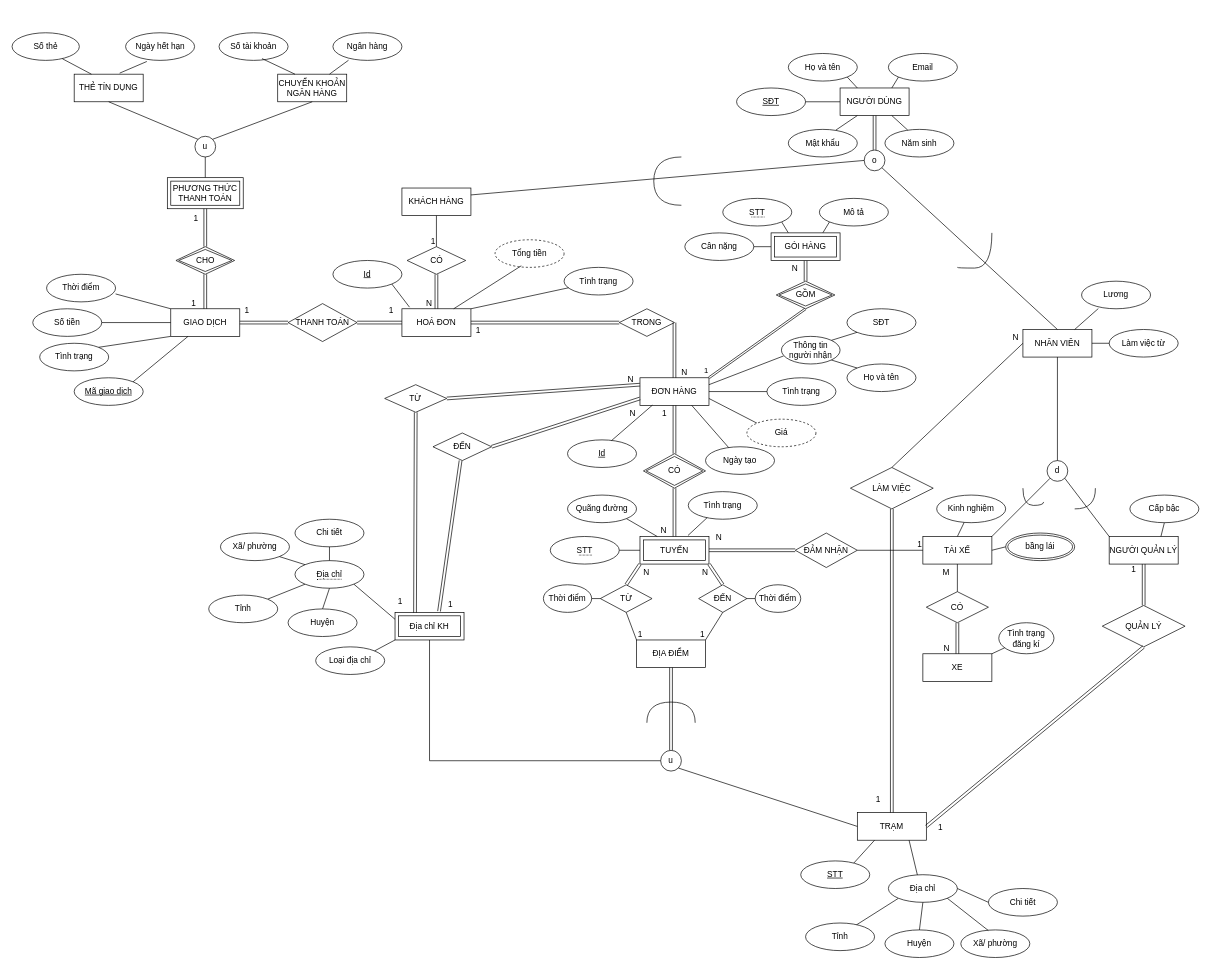
Above: db-assignment.drawio in blueonline07/auth-demo (draw.io), before the change. Source tidied: cells renumbered, new cells numbered last; positions are measured from the earlier drawing's top-left corner, leaving out a move shared by most shapes. Both pictures are drawn from the tidied source at 69%, with x=0, y=0 at pixel (12, 32).
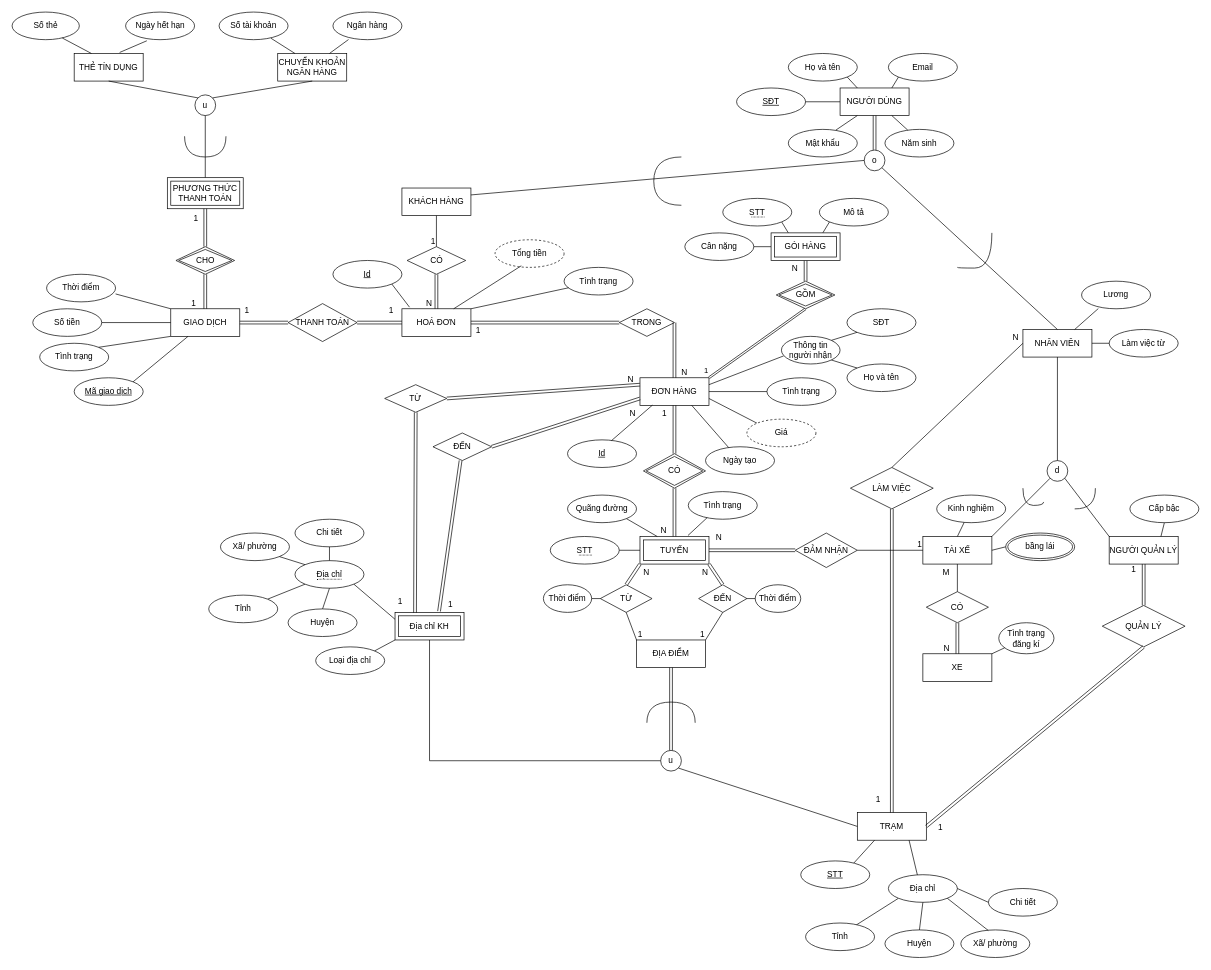
The same page after the edit.

Commit message (it also covers changes not shown here):
Cập nhật db-assignment.drawio

What changed in the source:
```diff
@@
     <mxCell id="158" value="u" style="ellipse;whiteSpace=wrap;html=1;" parent="1" vertex="1">
-      <mxGeometry x="265" y="150" width="30" height="30" as="geometry" />
+      <mxGeometry x="265" y="90" width="30" height="30" as="geometry" />
     </mxCell>
     <mxCell id="159" value="THẺ TÍN DỤNG" style="whiteSpace=wrap;html=1;align=center;" parent="1" vertex="1">
-      <mxGeometry x="90" y="60" width="100" height="40" as="geometry" />
+      <mxGeometry x="90" y="30" width="100" height="40" as="geometry" />
     </mxCell>
     <mxCell id="160" value="CHUYỂN KHOẢN NGÂN HÀNG" style="whiteSpace=wrap;html=1;align=center;" parent="1" vertex="1">
-      <mxGeometry x="385" y="60" width="100" height="40" as="geometry" />
+      <mxGeometry x="385" y="30" width="100" height="40" as="geometry" />
     </mxCell>
@@
     <mxCell id="170" value="Số thẻ" style="ellipse;whiteSpace=wrap;html=1;align=center;" parent="1" vertex="1">
-      <mxGeometry width="97.5" height="40" as="geometry" />
+      <mxGeometry y="-30" width="97.5" height="40" as="geometry" />
     </mxCell>
@@
     <mxCell id="199" value="Số tài khoản" style="ellipse;whiteSpace=wrap;html=1;align=center;" parent="1" vertex="1">
-      <mxGeometry x="300" width="100" height="40" as="geometry" />
+      <mxGeometry x="300" y="-30" width="100" height="40" as="geometry" />
     </mxCell>
     <mxCell id="200" value="Ngân hàng" style="ellipse;whiteSpace=wrap;html=1;align=center;" parent="1" vertex="1">
-      <mxGeometry x="465" width="100" height="40" as="geometry" />
+      <mxGeometry x="465" y="-30" width="100" height="40" as="geometry" />
     </mxCell>
     <mxCell id="201" value="Ngày hết hạn" style="ellipse;whiteSpace=wrap;html=1;align=center;" parent="1" vertex="1">
-      <mxGeometry x="164.5" width="100" height="40" as="geometry" />
+      <mxGeometry x="164.5" y="-30" width="100" height="40" as="geometry" />
     </mxCell>
@@
-    <mxCell id="203" style="endArrow=none;html=1;rounded=0;entryX=0.622;entryY=0.936;entryDx=0;entryDy=0;entryPerimeter=0;exitX=0.25;exitY=0;exitDx=0;exitDy=0;" parent="1" edge="1" source="160" target="199">
+    <mxCell id="203" style="endArrow=none;html=1;rounded=0;entryX=0.752;entryY=0.948;entryDx=0;entryDy=0;exitX=0.25;exitY=0;exitDx=0;exitDy=0;entryPerimeter=0;" parent="1" edge="1" source="160" target="199">
       <mxGeometry relative="1" as="geometry" />
     </mxCell>
@@
+    <mxCell id="209" style="endArrow=none;html=1;rounded=0;edgeStyle=orthogonalEdgeStyle;curved=1;" parent="1" edge="1">
+      <mxGeometry relative="1" as="geometry">
+        <mxPoint x="250" y="150" as="sourcePoint" />
+        <mxPoint x="310" y="150" as="targetPoint" />
+        <Array as="points">
+          <mxPoint x="250" y="180" />
+          <mxPoint x="310" y="180" />
+        </Array>
+      </mxGeometry>
+    </mxCell>
```
